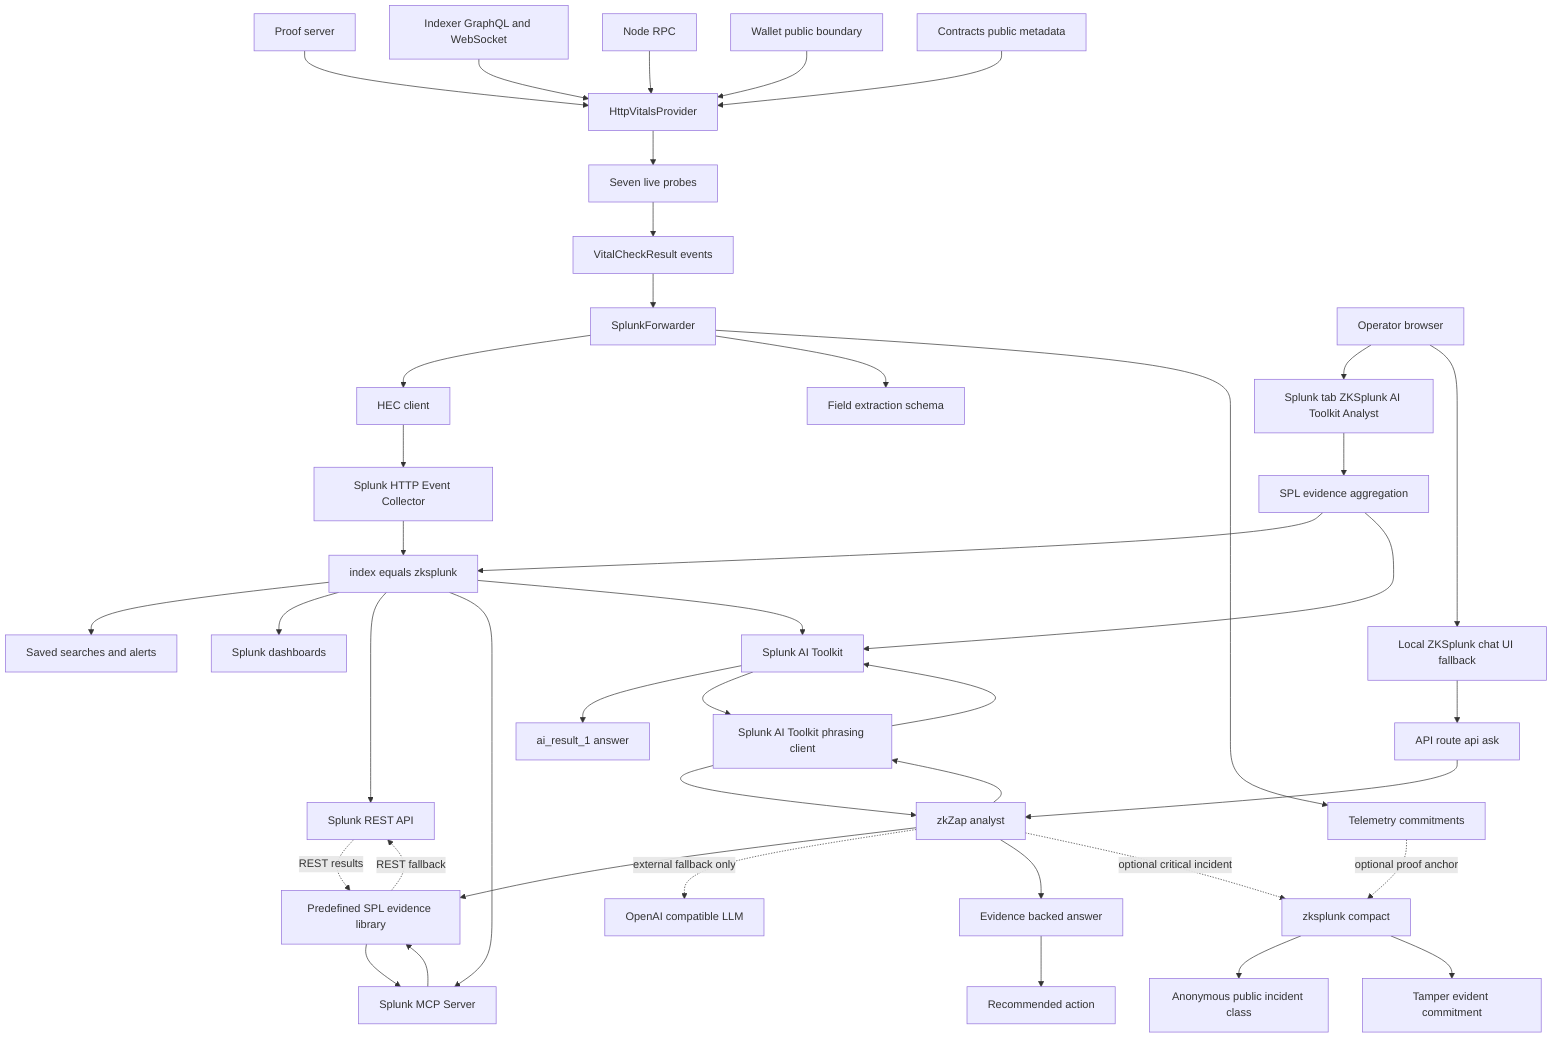
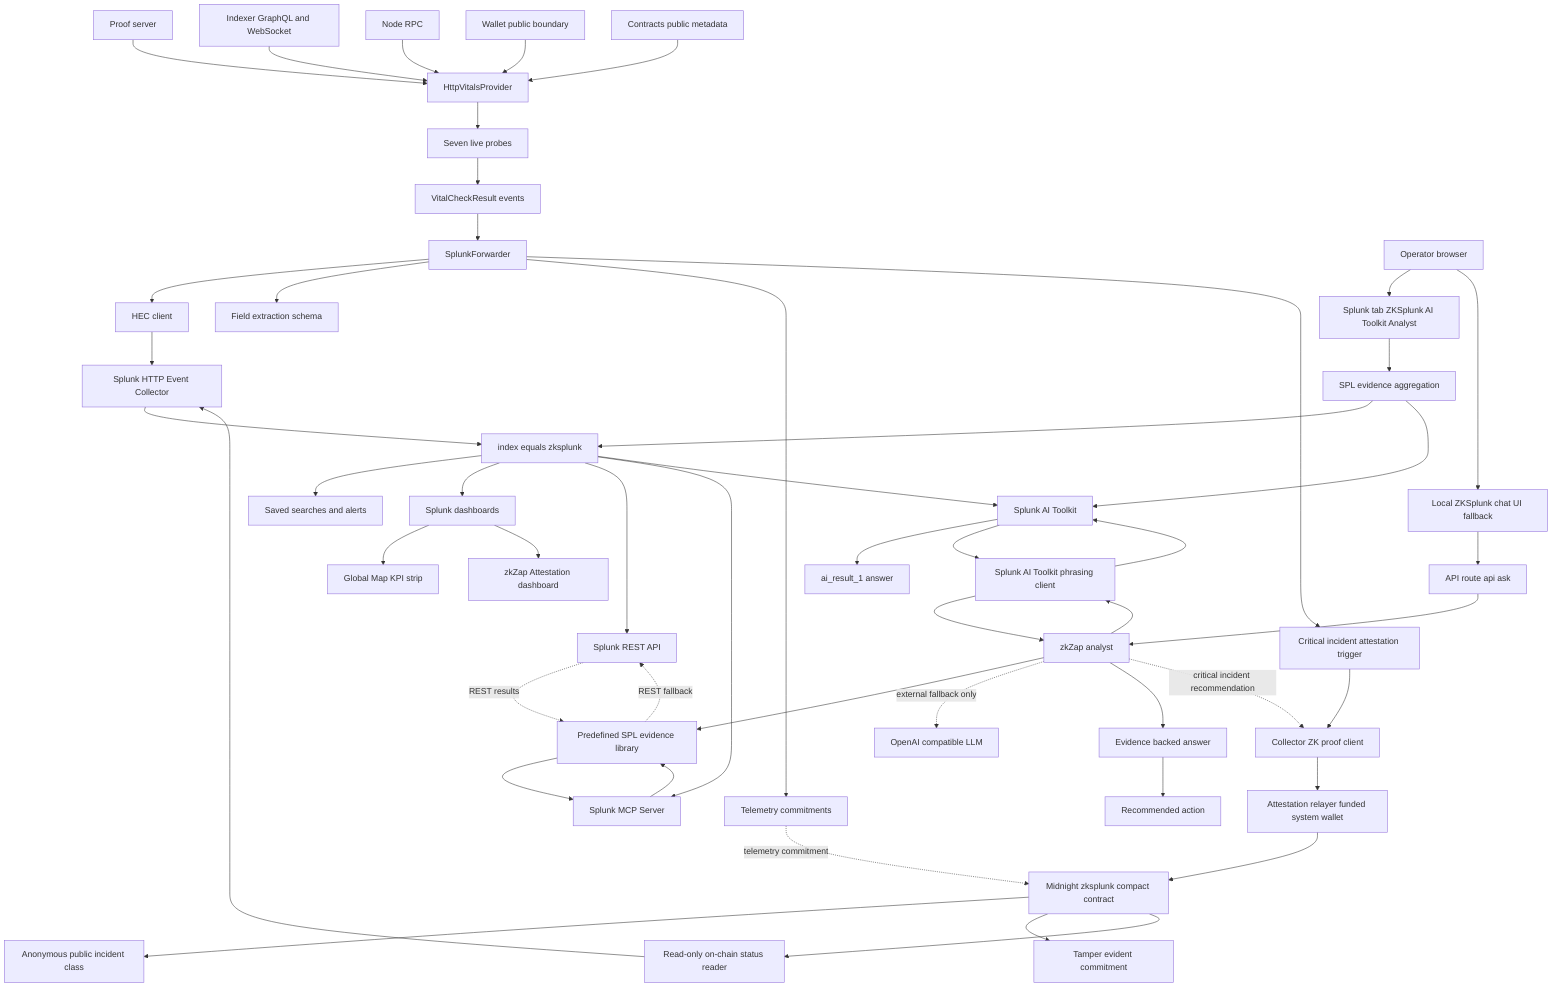
graph TD
  A1[Proof server] --> B1[HttpVitalsProvider]
  A2[Indexer GraphQL and WebSocket] --> B1
  A3[Node RPC] --> B1
  A4[Wallet public boundary] --> B1
  A5[Contracts public metadata] --> B1

  B1 --> B2[Seven live probes]
  B2 --> B3[VitalCheckResult events]
  B3 --> C1[SplunkForwarder]

  C1 --> C2[HEC client]
  C1 --> C3[Field extraction schema]
  C1 --> C4[Telemetry commitments]
+   C1 --> C5[Critical incident attestation trigger]
  C2 --> D1[Splunk HTTP Event Collector]

  D1 --> D2[index equals zksplunk]
  D2 --> D3[Saved searches and alerts]
  D2 --> D4[Splunk dashboards]
  D2 --> D5[Splunk REST API]
  D2 --> D6[Splunk MCP Server]
  D2 --> D7[Splunk AI Toolkit]
+   D4 --> D8[Global Map KPI strip]
+   D4 --> D9[zkZap Attestation dashboard]

  F1[Operator browser] --> E0[Splunk tab ZKSplunk AI Toolkit Analyst]
  E0 --> E6[SPL evidence aggregation]
  E6 --> D2
  E6 --> D7
  D7 --> E7[ai_result_1 answer]

  F1 --> E1[Local ZKSplunk chat UI fallback]
  E1 --> E2[API route api ask]
  E2 --> E3[zkZap analyst]
  E3 --> E4[Predefined SPL evidence library]
  E4 --> D6
  D6 --> E4
  E4 -. REST fallback .-> D5
  D5 -. REST results .-> E4
  E3 --> E5[Splunk AI Toolkit phrasing client]
  E5 --> D7
  D7 --> E5
  E3 -. external fallback only .-> E8[OpenAI compatible LLM]
  E5 --> E3
  E3 --> F2[Evidence backed answer]
  F2 --> F3[Recommended action]

-   C4 -. optional proof anchor .-> G1[zksplunk compact]
-   E3 -. optional critical incident .-> G1
-   G1 --> G2[Anonymous public incident class]
-   G1 --> G3[Tamper evident commitment]
+   C5 --> G0[Collector ZK proof client]
+   G0 --> G1[Attestation relayer funded system wallet]
+   G1 --> G2[Midnight zksplunk compact contract]
+   C4 -. telemetry commitment .-> G2
+   E3 -. critical incident recommendation .-> G0
+   G2 --> G3[Anonymous public incident class]
+   G2 --> G4[Tamper evident commitment]
+   G2 --> G5[Read-only on-chain status reader]
+   G5 --> D1
